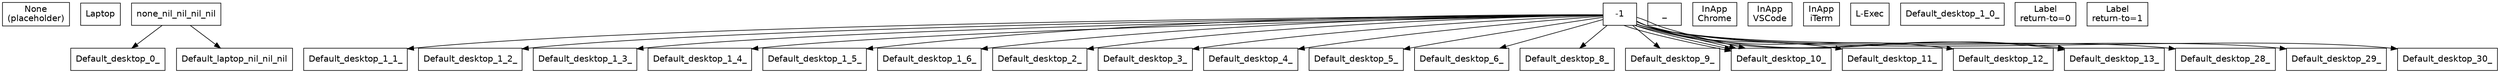
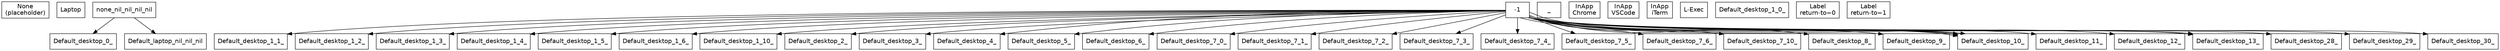
// State space visualization
// Generated by scripts/generate/states.bb
digraph states {
  rankdir=TB;
  node [shape=box, fontname="Helvetica"];

  // States
  None_nil_nil_nil_nil_nil [label="None\n(placeholder)"];
  Default_laptop_nil_nil_nil_nil [label="Laptop"];
  Default_desktop_0_-1_-1_Chrome [label="Normal\nChrome"];
  Default_desktop_0_-1_-1_VSCode [label="Normal\nVSCode"];
  Default_desktop_0_-1_-1_iTerm [label="Normal\niTerm"];
  Default_desktop_0_-1_-1_nil [label="Normal"];
  Default_desktop_1_0_-1_nil [label="Ins\nsubmode=0"];
  Default_desktop_1_1_-1_nil [label="Ins\nsubmode=1"];
  Default_desktop_1_2_-1_nil [label="Ins\nsubmode=2"];
  Default_desktop_1_3_-1_nil [label="Ins\nsubmode=3"];
  Default_desktop_1_4_-1_nil [label="Ins\nsubmode=4"];
  Default_desktop_1_5_-1_nil [label="Ins\nsubmode=5"];
  Default_desktop_1_6_-1_nil [label="Ins\nsubmode=6"];
+   Default_desktop_1_10_-1_nil [label="Ins\nsubmode=10"];
  Default_desktop_2_-1_-1_nil [label="Nav"];
  Default_desktop_3_-1_-1_nil [label="Chrome"];
  Default_desktop_4_-1_-1_nil [label="VSCode"];
  Default_desktop_5_-1_-1_nil [label="TMUX"];
  Default_desktop_6_-1_-1_nil [label="Comma"];
+   Default_desktop_7_0_-1_nil [label="AltIns"];
+   Default_desktop_7_1_-1_nil [label="AltIns"];
+   Default_desktop_7_2_-1_nil [label="AltIns"];
+   Default_desktop_7_3_-1_nil [label="AltIns"];
+   Default_desktop_7_4_-1_nil [label="AltIns"];
+   Default_desktop_7_5_-1_nil [label="AltIns"];
+   Default_desktop_7_6_-1_nil [label="AltIns"];
+   Default_desktop_7_10_-1_nil [label="AltIns"];
  Default_desktop_8_-1_-1_nil [label="Term"];
  Default_desktop_9_-1_-1_nil [label="Admin"];
  Default_desktop_10_-1_-1_Chrome [label="InApp\nChrome"];
  Default_desktop_10_-1_-1_VSCode [label="InApp\nVSCode"];
  Default_desktop_10_-1_-1_iTerm [label="InApp\niTerm"];
  Default_desktop_10_-1_-1_nil [label="InApp"];
  Default_desktop_11_-1_-1_nil [label="AppSwitcher"];
  Default_desktop_12_-1_-1_nil [label="WindowSwitcher"];
  Default_desktop_13_-1_0_nil [label="Label\nreturn-to=0"];
  Default_desktop_13_-1_1_nil [label="Label\nreturn-to=1"];
  Default_desktop_28_-1_-1_nil [label="Grid"];
  Default_desktop_29_-1_-1_nil [label="L-Entry"];
  Default_desktop_30_-1_-1_nil [label="L-Exec"];

  // Hierarchy edges (parent -> child)
  none_nil_nil_nil_nil -> Default_laptop_nil_nil_nil;
  none_nil_nil_nil_nil -> Default_desktop_0_-1_-1;





  Default_desktop_1_0_-1 -> Default_desktop_1_1_-1_nil;
  Default_desktop_1_0_-1 -> Default_desktop_1_2_-1_nil;
  Default_desktop_1_0_-1 -> Default_desktop_1_3_-1_nil;
  Default_desktop_1_0_-1 -> Default_desktop_1_4_-1_nil;
  Default_desktop_1_0_-1 -> Default_desktop_1_5_-1_nil;
  Default_desktop_1_0_-1 -> Default_desktop_1_6_-1_nil;
+   Default_desktop_1_0_-1 -> Default_desktop_1_10_-1_nil;
  Default_desktop_0_-1_-1 -> Default_desktop_2_-1_-1_nil;
  Default_desktop_0_-1_-1 -> Default_desktop_3_-1_-1_nil;
  Default_desktop_0_-1_-1 -> Default_desktop_4_-1_-1_nil;
  Default_desktop_0_-1_-1 -> Default_desktop_5_-1_-1_nil;
  Default_desktop_0_-1_-1 -> Default_desktop_6_-1_-1_nil;
+   Default_desktop_0_-1_-1 -> Default_desktop_7_0_-1_nil;
+   Default_desktop_0_-1_-1 -> Default_desktop_7_1_-1_nil;
+   Default_desktop_0_-1_-1 -> Default_desktop_7_2_-1_nil;
+   Default_desktop_0_-1_-1 -> Default_desktop_7_3_-1_nil;
+   Default_desktop_0_-1_-1 -> Default_desktop_7_4_-1_nil;
+   Default_desktop_0_-1_-1 -> Default_desktop_7_5_-1_nil;
+   Default_desktop_0_-1_-1 -> Default_desktop_7_6_-1_nil;
+   Default_desktop_0_-1_-1 -> Default_desktop_7_10_-1_nil;
  Default_desktop_0_-1_-1 -> Default_desktop_8_-1_-1_nil;
  Default_desktop_0_-1_-1 -> Default_desktop_9_-1_-1_nil;
  Default_desktop_0_-1_-1 -> Default_desktop_10_-1_-1_Chrome;
  Default_desktop_0_-1_-1 -> Default_desktop_10_-1_-1_VSCode;
  Default_desktop_0_-1_-1 -> Default_desktop_10_-1_-1_iTerm;
  Default_desktop_0_-1_-1 -> Default_desktop_10_-1_-1_nil;
  Default_desktop_0_-1_-1 -> Default_desktop_11_-1_-1_nil;
  Default_desktop_0_-1_-1 -> Default_desktop_12_-1_-1_nil;
  Default_desktop_0_-1_-1 -> Default_desktop_13_-1_0_nil;
  Default_desktop_0_-1_-1 -> Default_desktop_13_-1_1_nil;
  Default_desktop_0_-1_-1 -> Default_desktop_28_-1_-1_nil;
  Default_desktop_0_-1_-1 -> Default_desktop_29_-1_-1_nil;
  Default_desktop_0_-1_-1 -> Default_desktop_30_-1_-1_nil;
}
